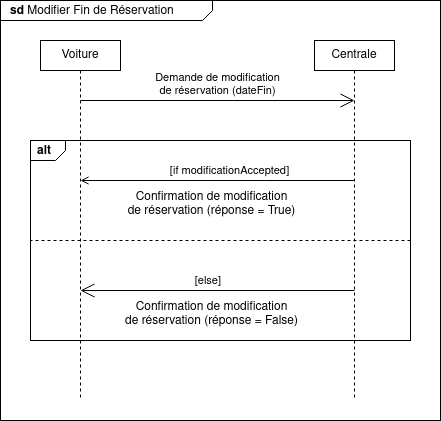
This is diagrammes/sd_ModifierFinReservation.png from Dalker/ISI-mobility, a draw.io export, as it was before one commit. Source tidied: cells renumbered, new cells last; positions are measured from the earlier drawing's top-left corner, leaving out a move shared by most shapes. Its diagram source:
```xml
<mxGraphModel>
  <root>
    <mxCell id="0" />
    <mxCell id="1" parent="0" />
    <mxCell id="2" value="&lt;p style=&quot;margin: 0px ; margin-top: 4px ; margin-left: 10px ; text-align: left&quot;&gt;&lt;b&gt;sd&lt;/b&gt; Modifier Fin de Réservation&lt;br&gt;&lt;/p&gt;" style="html=1;shape=mxgraph.sysml.package;labelX=212;html=1;overflow=fill;strokeWidth=1;fillColor=#ffffff;" parent="1" vertex="1">
      <mxGeometry width="440" height="420" as="geometry" />
    </mxCell>
    <mxCell id="3" value="Voiture" style="strokeColor=inherit;fillColor=inherit;gradientColor=inherit;shape=rect;html=1;whiteSpace=wrap;align=center;" parent="2" vertex="1">
      <mxGeometry x="40" y="40" width="80" height="30" as="geometry" />
    </mxCell>
    <mxCell id="4" value="Centrale" style="strokeColor=inherit;fillColor=inherit;gradientColor=inherit;shape=rect;html=1;whiteSpace=wrap;align=center;" parent="2" vertex="1">
      <mxGeometry x="314" y="40" width="80" height="30" as="geometry" />
    </mxCell>
    <mxCell id="5" value="alt" style="strokeColor=inherit;fillColor=inherit;gradientColor=inherit;html=1;shape=mxgraph.sysml.package;labelX=35;fontStyle=1;align=left;verticalAlign=top;spacingLeft=5;spacingTop=-3;" parent="2" vertex="1">
      <mxGeometry x="30" y="140" width="380" height="200" as="geometry" />
    </mxCell>
    <mxCell id="6" style="strokeColor=inherit;fillColor=inherit;gradientColor=inherit;endArrow=none;html=1;edgeStyle=none;dashed=1;" parent="2" edge="1" source="3">
      <mxGeometry relative="1" as="geometry">
        <mxPoint x="80" y="400" as="targetPoint" />
      </mxGeometry>
    </mxCell>
    <mxCell id="7" style="strokeColor=inherit;fillColor=inherit;gradientColor=inherit;endArrow=none;html=1;edgeStyle=none;dashed=1;" parent="2" edge="1" source="4">
      <mxGeometry relative="1" as="geometry">
        <mxPoint x="354" y="400" as="targetPoint" />
      </mxGeometry>
    </mxCell>
    <mxCell id="8" style="strokeColor=inherit;fillColor=inherit;gradientColor=inherit;endArrow=none;html=1;edgeStyle=none;dashed=1;exitX=1;exitY=0.5;exitDx=0;exitDy=0;exitPerimeter=0;entryX=0;entryY=0.5;entryDx=0;entryDy=0;entryPerimeter=0;" parent="2" edge="1" source="5" target="5">
      <mxGeometry relative="1" as="geometry" />
    </mxCell>
    <mxCell id="9" value="[if modificationAccepted]" style="strokeColor=inherit;fillColor=inherit;gradientColor=inherit;endArrow=open;html=1;edgeStyle=none;verticalAlign=bottom;labelBackgroundColor=none;" parent="2" edge="1">
      <mxGeometry x="-0.09" relative="1" as="geometry">
        <mxPoint x="354" y="180" as="sourcePoint" />
        <mxPoint x="80" y="180" as="targetPoint" />
      </mxGeometry>
    </mxCell>
    <mxCell id="10" value="&lt;div&gt;Confirmation de modification&lt;/div&gt;&lt;div&gt;de réservation (réponse = True)&lt;br&gt;&lt;/div&gt;" style="align=center;html=1;verticalAlign=bottom;labelBackgroundColor=none;" parent="9" vertex="1">
      <mxGeometry x="1" relative="1" as="geometry">
        <mxPoint x="130" y="40" as="offset" />
      </mxGeometry>
    </mxCell>
    <mxCell id="11" value="&lt;div&gt;Demande de modification&lt;/div&gt;&lt;div&gt;de réservation (dateFin)&lt;br&gt;&lt;/div&gt;" style="strokeColor=inherit;fillColor=inherit;gradientColor=inherit;endArrow=open;html=1;edgeStyle=none;verticalAlign=bottom;labelBackgroundColor=none;endSize=12;" parent="2" edge="1">
      <mxGeometry relative="1" as="geometry">
        <mxPoint x="80" y="100" as="sourcePoint" />
        <mxPoint x="354" y="100" as="targetPoint" />
      </mxGeometry>
    </mxCell>
    <mxCell id="12" value="[else]" style="strokeColor=inherit;fillColor=inherit;gradientColor=inherit;endArrow=open;html=1;edgeStyle=none;verticalAlign=bottom;labelBackgroundColor=none;align=right;endSize=12;" parent="2" edge="1">
      <mxGeometry x="-0.04" relative="1" as="geometry">
        <mxPoint x="354" y="290" as="sourcePoint" />
        <mxPoint x="80" y="290" as="targetPoint" />
      </mxGeometry>
    </mxCell>
    <mxCell id="13" value="&lt;div&gt;Confirmation de modification&lt;/div&gt;&lt;div&gt;de réservation (réponse = False)&lt;br&gt;&lt;/div&gt;" style="align=center;html=1;verticalAlign=bottom;labelBackgroundColor=none;" parent="12" vertex="1">
      <mxGeometry x="1" relative="1" as="geometry">
        <mxPoint x="130" y="40" as="offset" />
      </mxGeometry>
    </mxCell>
  </root>
</mxGraphModel>
```
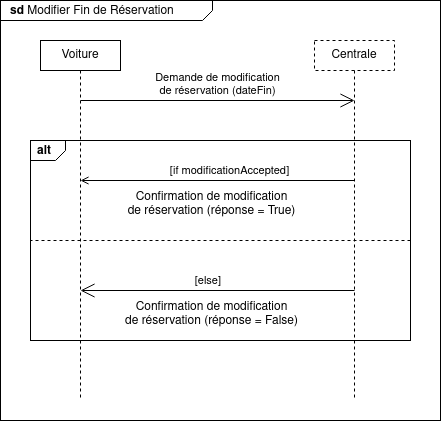
After the commit.

Change to the diagram source:
```diff
@@ -8,22 +8,22 @@
     <mxCell id="3" value="Voiture" style="strokeColor=inherit;fillColor=inherit;gradientColor=inherit;shape=rect;html=1;whiteSpace=wrap;align=center;" parent="2" vertex="1">
       <mxGeometry x="40" y="40" width="80" height="30" as="geometry" />
     </mxCell>
-    <mxCell id="4" value="Centrale" style="strokeColor=inherit;fillColor=inherit;gradientColor=inherit;shape=rect;html=1;whiteSpace=wrap;align=center;" parent="2" vertex="1">
+    <mxCell id="4" value="Centrale" style="strokeColor=inherit;fillColor=inherit;gradientColor=inherit;shape=rect;html=1;whiteSpace=wrap;align=center;dashed=1;" parent="2" vertex="1">
       <mxGeometry x="314" y="40" width="80" height="30" as="geometry" />
     </mxCell>
     <mxCell id="5" value="alt" style="strokeColor=inherit;fillColor=inherit;gradientColor=inherit;html=1;shape=mxgraph.sysml.package;labelX=35;fontStyle=1;align=left;verticalAlign=top;spacingLeft=5;spacingTop=-3;" parent="2" vertex="1">
       <mxGeometry x="30" y="140" width="380" height="200" as="geometry" />
     </mxCell>
-    <mxCell id="6" style="strokeColor=inherit;fillColor=inherit;gradientColor=inherit;endArrow=none;html=1;edgeStyle=none;dashed=1;" parent="2" edge="1" source="3">
-      <mxGeometry relative="1" as="geometry">
-        <mxPoint x="80" y="400" as="targetPoint" />
-      </mxGeometry>
-    </mxCell>
-    <mxCell id="7" style="strokeColor=inherit;fillColor=inherit;gradientColor=inherit;endArrow=none;html=1;edgeStyle=none;dashed=1;" parent="2" edge="1" source="4">
-      <mxGeometry relative="1" as="geometry">
-        <mxPoint x="354" y="400" as="targetPoint" />
-      </mxGeometry>
-    </mxCell>
+    <mxCell id="14" style="strokeColor=inherit;fillColor=inherit;gradientColor=inherit;endArrow=none;html=1;edgeStyle=none;dashed=1;" parent="2" edge="1" source="3">
+      <mxGeometry relative="1" as="geometry">
+        <mxPoint x="80" y="400" as="targetPoint" />
+      </mxGeometry>
+    </mxCell>
+    <mxCell id="15" style="strokeColor=inherit;fillColor=inherit;gradientColor=inherit;endArrow=none;html=1;edgeStyle=none;dashed=1;" parent="2" edge="1" source="4">
+      <mxGeometry relative="1" as="geometry">
+        <mxPoint x="354" y="400" as="targetPoint" />
+      </mxGeometry>
+    </mxCell>
     <mxCell id="8" style="strokeColor=inherit;fillColor=inherit;gradientColor=inherit;endArrow=none;html=1;edgeStyle=none;dashed=1;exitX=1;exitY=0.5;exitDx=0;exitDy=0;exitPerimeter=0;entryX=0;entryY=0.5;entryDx=0;entryDy=0;entryPerimeter=0;" parent="2" edge="1" source="5" target="5">
       <mxGeometry relative="1" as="geometry" />
     </mxCell>
```
